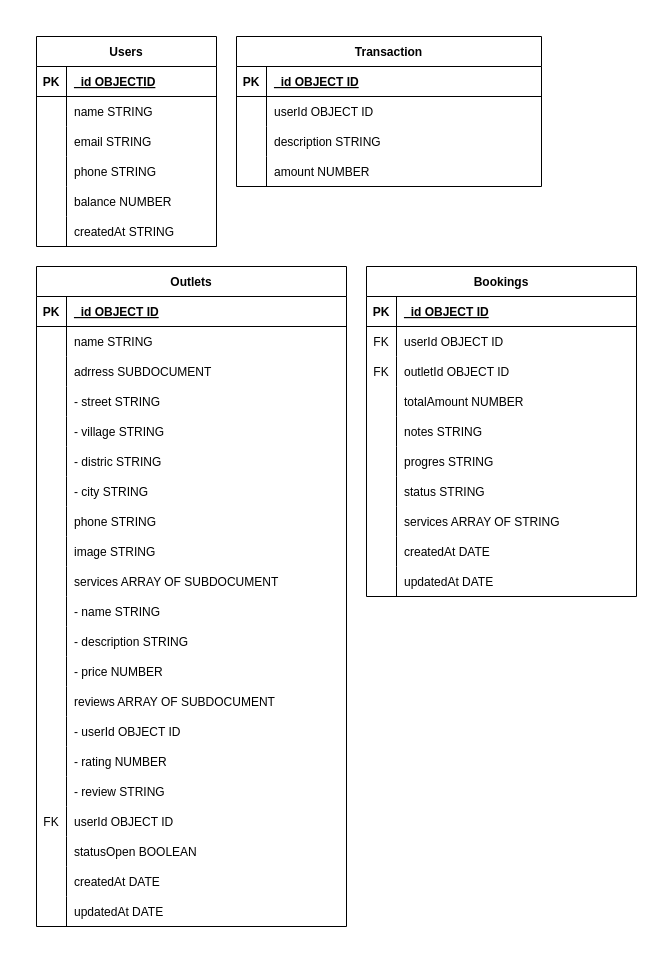
Before: schema.drawio in Final-Project-MyLaundry/backend, a draw.io diagram. Source tidied: cells renumbered, new cells numbered last; positions are measured from the earlier drawing's top-left corner, leaving out a move shared by most shapes. Both pictures are drawn from the tidied source at 100%, with x=0, y=0 at pixel (36, 36).
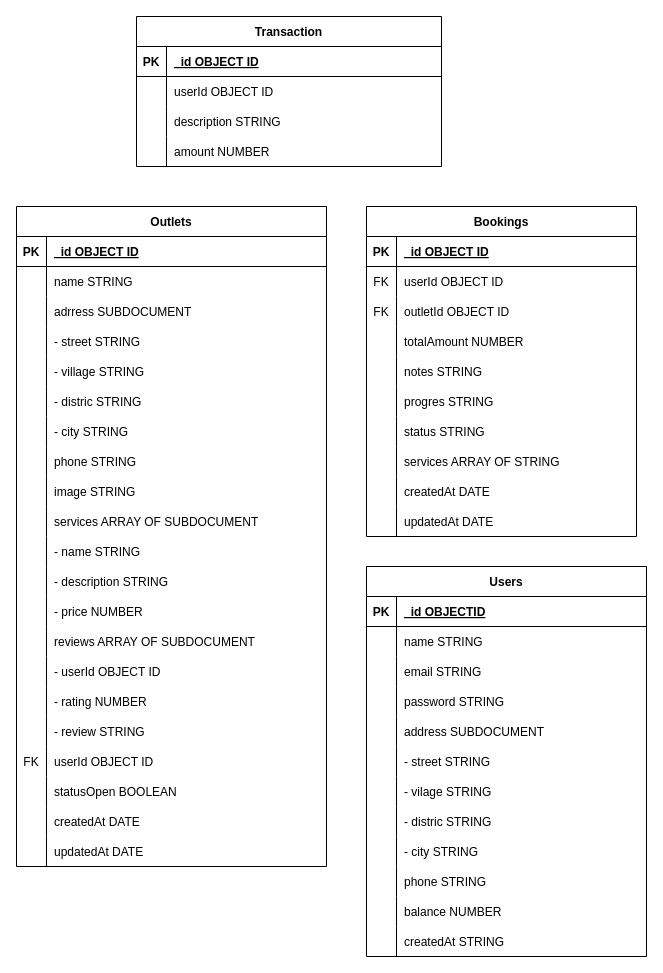
The same diagram, later.

The edit, as a diff of the source:
```diff
@@
     <mxCell id="2" value="Users" style="shape=table;startSize=30;childLayout=tableLayout;rowLines=0;fontStyle=1;align=center;" parent="1" vertex="1">
-      <mxGeometry width="180" height="210" as="geometry" />
+      <mxGeometry x="330" y="530" width="280" height="390" as="geometry" />
     </mxCell>
     <mxCell id="3" style="shape=tableRow;horizontal=0;startSize=0;swimlaneHead=0;swimlaneBody=0;fillColor=none;top=0;left=0;right=0;bottom=1;" parent="2" vertex="1">
-      <mxGeometry y="30" width="180" height="30" as="geometry" />
+      <mxGeometry y="30" width="280" height="30" as="geometry" />
     </mxCell>
@@
     <mxCell id="5" value="_id OBJECTID" style="shape=partialRectangle;fillColor=none;top=0;left=0;bottom=0;right=0;align=left;spacingLeft=6;fontStyle=5;overflow=hidden;" parent="3" vertex="1">
-      <mxGeometry x="30" width="150" height="30" as="geometry" />
+      <mxGeometry x="30" width="250" height="30" as="geometry" />
     </mxCell>
     <mxCell id="6" style="shape=tableRow;horizontal=0;startSize=0;swimlaneHead=0;swimlaneBody=0;fillColor=none;top=0;left=0;right=0;bottom=0;" parent="2" vertex="1">
-      <mxGeometry y="60" width="180" height="30" as="geometry" />
+      <mxGeometry y="60" width="280" height="30" as="geometry" />
     </mxCell>
@@
     <mxCell id="8" value="name STRING" style="shape=partialRectangle;fillColor=none;top=0;left=0;bottom=0;right=0;align=left;spacingLeft=6;overflow=hidden;" parent="6" vertex="1">
-      <mxGeometry x="30" width="150" height="30" as="geometry" />
+      <mxGeometry x="30" width="250" height="30" as="geometry" />
     </mxCell>
+    <mxCell id="129" style="shape=tableRow;horizontal=0;startSize=0;swimlaneHead=0;swimlaneBody=0;fillColor=none;top=0;left=0;right=0;bottom=0;" parent="2" vertex="1">
+      <mxGeometry y="90" width="280" height="30" as="geometry" />
+    </mxCell>
+    <mxCell id="130" style="shape=partialRectangle;fillColor=none;top=0;left=0;bottom=0;right=0;overflow=hidden;" parent="129" vertex="1">
+      <mxGeometry width="30" height="30" as="geometry" />
+    </mxCell>
+    <mxCell id="131" value="email STRING" style="shape=partialRectangle;fillColor=none;top=0;left=0;bottom=0;right=0;align=left;spacingLeft=6;overflow=hidden;" parent="129" vertex="1">
+      <mxGeometry x="30" width="250" height="30" as="geometry" />
+    </mxCell>
+    <mxCell id="132" style="shape=tableRow;horizontal=0;startSize=0;swimlaneHead=0;swimlaneBody=0;fillColor=none;top=0;left=0;right=0;bottom=0;" parent="2" vertex="1">
+      <mxGeometry y="120" width="280" height="30" as="geometry" />
+    </mxCell>
+    <mxCell id="133" style="shape=partialRectangle;fillColor=none;top=0;left=0;bottom=0;right=0;overflow=hidden;" parent="132" vertex="1">
+      <mxGeometry width="30" height="30" as="geometry" />
+    </mxCell>
+    <mxCell id="134" value="password STRING" style="shape=partialRectangle;fillColor=none;top=0;left=0;bottom=0;right=0;align=left;spacingLeft=6;overflow=hidden;" parent="132" vertex="1">
+      <mxGeometry x="30" width="250" height="30" as="geometry" />
+    </mxCell>
     <mxCell id="9" style="shape=tableRow;horizontal=0;startSize=0;swimlaneHead=0;swimlaneBody=0;fillColor=none;top=0;left=0;right=0;bottom=0;" parent="2" vertex="1">
-      <mxGeometry y="90" width="180" height="30" as="geometry" />
+      <mxGeometry y="150" width="280" height="30" as="geometry" />
     </mxCell>
@@
-    <mxCell id="11" value="email STRING" style="shape=partialRectangle;fillColor=none;top=0;left=0;bottom=0;right=0;align=left;spacingLeft=6;overflow=hidden;" parent="9" vertex="1">
-      <mxGeometry x="30" width="150" height="30" as="geometry" />
+    <mxCell id="11" value="address SUBDOCUMENT" style="shape=partialRectangle;fillColor=none;top=0;left=0;bottom=0;right=0;align=left;spacingLeft=6;overflow=hidden;" parent="9" vertex="1">
+      <mxGeometry x="30" width="250" height="30" as="geometry" />
     </mxCell>
+    <mxCell id="135" style="shape=tableRow;horizontal=0;startSize=0;swimlaneHead=0;swimlaneBody=0;fillColor=none;top=0;left=0;right=0;bottom=0;" parent="2" vertex="1">
+      <mxGeometry y="180" width="280" height="30" as="geometry" />
+    </mxCell>
+    <mxCell id="136" style="shape=partialRectangle;fillColor=none;top=0;left=0;bottom=0;right=0;overflow=hidden;" parent="135" vertex="1">
+      <mxGeometry width="30" height="30" as="geometry" />
+    </mxCell>
+    <mxCell id="137" value="- street STRING" style="shape=partialRectangle;fillColor=none;top=0;left=0;bottom=0;right=0;align=left;spacingLeft=6;overflow=hidden;" parent="135" vertex="1">
+      <mxGeometry x="30" width="250" height="30" as="geometry" />
+    </mxCell>
+    <mxCell id="138" style="shape=tableRow;horizontal=0;startSize=0;swimlaneHead=0;swimlaneBody=0;fillColor=none;top=0;left=0;right=0;bottom=0;" parent="2" vertex="1">
+      <mxGeometry y="210" width="280" height="30" as="geometry" />
+    </mxCell>
+    <mxCell id="139" style="shape=partialRectangle;fillColor=none;top=0;left=0;bottom=0;right=0;overflow=hidden;" parent="138" vertex="1">
+      <mxGeometry width="30" height="30" as="geometry" />
+    </mxCell>
+    <mxCell id="140" value="- vilage STRING" style="shape=partialRectangle;fillColor=none;top=0;left=0;bottom=0;right=0;align=left;spacingLeft=6;overflow=hidden;" parent="138" vertex="1">
+      <mxGeometry x="30" width="250" height="30" as="geometry" />
+    </mxCell>
+    <mxCell id="141" style="shape=tableRow;horizontal=0;startSize=0;swimlaneHead=0;swimlaneBody=0;fillColor=none;top=0;left=0;right=0;bottom=0;" parent="2" vertex="1">
+      <mxGeometry y="240" width="280" height="30" as="geometry" />
+    </mxCell>
+    <mxCell id="142" style="shape=partialRectangle;fillColor=none;top=0;left=0;bottom=0;right=0;overflow=hidden;" parent="141" vertex="1">
+      <mxGeometry width="30" height="30" as="geometry" />
+    </mxCell>
+    <mxCell id="143" value="- distric STRING" style="shape=partialRectangle;fillColor=none;top=0;left=0;bottom=0;right=0;align=left;spacingLeft=6;overflow=hidden;" parent="141" vertex="1">
+      <mxGeometry x="30" width="250" height="30" as="geometry" />
+    </mxCell>
+    <mxCell id="144" style="shape=tableRow;horizontal=0;startSize=0;swimlaneHead=0;swimlaneBody=0;fillColor=none;top=0;left=0;right=0;bottom=0;" parent="2" vertex="1">
+      <mxGeometry y="270" width="280" height="30" as="geometry" />
+    </mxCell>
+    <mxCell id="145" style="shape=partialRectangle;fillColor=none;top=0;left=0;bottom=0;right=0;overflow=hidden;" parent="144" vertex="1">
+      <mxGeometry width="30" height="30" as="geometry" />
+    </mxCell>
+    <mxCell id="146" value="- city STRING" style="shape=partialRectangle;fillColor=none;top=0;left=0;bottom=0;right=0;align=left;spacingLeft=6;overflow=hidden;" parent="144" vertex="1">
+      <mxGeometry x="30" width="250" height="30" as="geometry" />
+    </mxCell>
     <mxCell id="12" style="shape=tableRow;horizontal=0;startSize=0;swimlaneHead=0;swimlaneBody=0;fillColor=none;top=0;left=0;right=0;bottom=0;" parent="2" vertex="1">
-      <mxGeometry y="120" width="180" height="30" as="geometry" />
+      <mxGeometry y="300" width="280" height="30" as="geometry" />
     </mxCell>
@@
     <mxCell id="14" value="phone STRING" style="shape=partialRectangle;fillColor=none;top=0;left=0;bottom=0;right=0;align=left;spacingLeft=6;overflow=hidden;" parent="12" vertex="1">
-      <mxGeometry x="30" width="150" height="30" as="geometry" />
+      <mxGeometry x="30" width="250" height="30" as="geometry" />
     </mxCell>
     <mxCell id="15" style="shape=tableRow;horizontal=0;startSize=0;swimlaneHead=0;swimlaneBody=0;fillColor=none;top=0;left=0;right=0;bottom=0;" parent="2" vertex="1">
-      <mxGeometry y="150" width="180" height="30" as="geometry" />
+      <mxGeometry y="330" width="280" height="30" as="geometry" />
     </mxCell>
@@
     <mxCell id="17" value="balance NUMBER" style="shape=partialRectangle;fillColor=none;top=0;left=0;bottom=0;right=0;align=left;spacingLeft=6;overflow=hidden;" parent="15" vertex="1">
-      <mxGeometry x="30" width="150" height="30" as="geometry" />
+      <mxGeometry x="30" width="250" height="30" as="geometry" />
     </mxCell>
     <mxCell id="18" style="shape=tableRow;horizontal=0;startSize=0;swimlaneHead=0;swimlaneBody=0;fillColor=none;top=0;left=0;right=0;bottom=0;" parent="2" vertex="1">
-      <mxGeometry y="180" width="180" height="30" as="geometry" />
+      <mxGeometry y="360" width="280" height="30" as="geometry" />
     </mxCell>
@@
     <mxCell id="20" value="createdAt STRING" style="shape=partialRectangle;fillColor=none;top=0;left=0;bottom=0;right=0;align=left;spacingLeft=6;overflow=hidden;" parent="18" vertex="1">
-      <mxGeometry x="30" width="150" height="30" as="geometry" />
+      <mxGeometry x="30" width="250" height="30" as="geometry" />
     </mxCell>
     <mxCell id="21" value="Outlets" style="shape=table;startSize=30;childLayout=tableLayout;rowLines=0;fontStyle=1;align=center;" parent="1" vertex="1">
-      <mxGeometry y="230" width="310" height="660" as="geometry" />
+      <mxGeometry x="-20" y="170" width="310" height="660" as="geometry" />
     </mxCell>
@@
     <mxCell id="85" value="Bookings" style="shape=table;startSize=30;childLayout=tableLayout;rowLines=0;fontStyle=1;align=center;" parent="1" vertex="1">
-      <mxGeometry x="330" y="230" width="270" height="330" as="geometry" />
+      <mxGeometry x="330" y="170" width="270" height="330" as="geometry" />
     </mxCell>
@@
     <mxCell id="116" value="Transaction" style="shape=table;startSize=30;childLayout=tableLayout;rowLines=0;fontStyle=1;align=center;" parent="1" vertex="1">
-      <mxGeometry x="200" width="305" height="150" as="geometry" />
+      <mxGeometry x="100" y="-20" width="305" height="150" as="geometry" />
     </mxCell>
```
